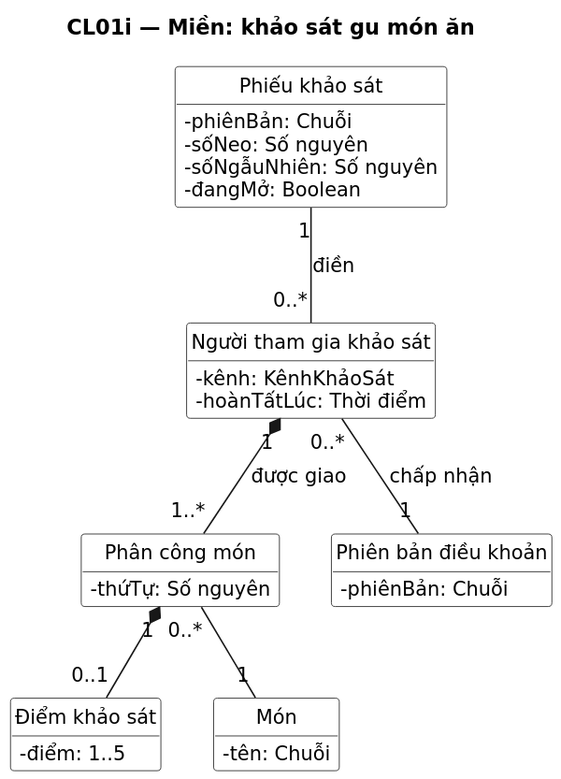
The PlantUML diagram docs/uml/out/class/CL01i-mien-khao-sat.svg in NamBuw/Tastoria, before a commit. The source it was exported from:
```plantuml
@startuml
title CL01i — Miền: khảo sát gu món ăn
skinparam shadowing false
skinparam defaultFontName DejaVu Sans
skinparam defaultFontSize 13
skinparam dpi 110

hide circle
hide empty members
skinparam classAttributeIconSize 0
skinparam ClassBackgroundColor White

class "Phiếu khảo sát" as PKS {
  -phiênBản: Chuỗi
  -sốNeo: Số nguyên
  -sốNgẫuNhiên: Số nguyên
  -đangMở: Boolean
}
class "Người tham gia khảo sát" as NTG {
  -kênh: KênhKhảoSát
  -hoànTấtLúc: Thời điểm
}
class "Phân công món" as PC {
  -thứTự: Số nguyên
}
class "Điểm khảo sát" as DKS {
  -điểm: 1..5
}
class "Món" as MON {
  -tên: Chuỗi
}
class "Phiên bản điều khoản" as PB {
  -phiênBản: Chuỗi
}

PKS "1" -- "0..*" NTG : điền
NTG "1" *-- "1..*" PC : được giao
PC "0..*" -- "1" MON
PC "1" *-- "0..1" DKS
NTG "0..*" -- "1" PB : chấp nhận
@enduml
```
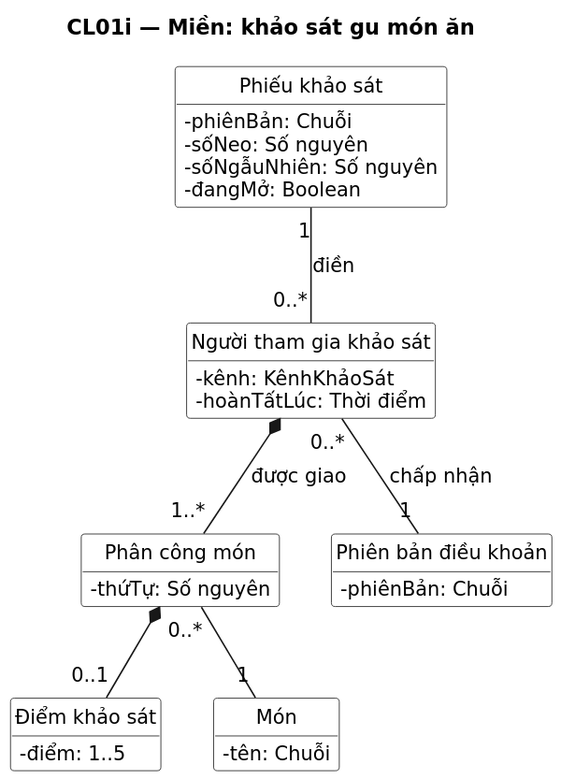
The same diagram one commit later.

The edit, as a diff of the source:
```diff
@@ -34,8 +34,8 @@
 }
 
 PKS "1" -- "0..*" NTG : điền
-NTG "1" *-- "1..*" PC : được giao
+NTG *-- "1..*" PC : được giao
 PC "0..*" -- "1" MON
-PC "1" *-- "0..1" DKS
+PC *-- "0..1" DKS
 NTG "0..*" -- "1" PB : chấp nhận
 @enduml
```
